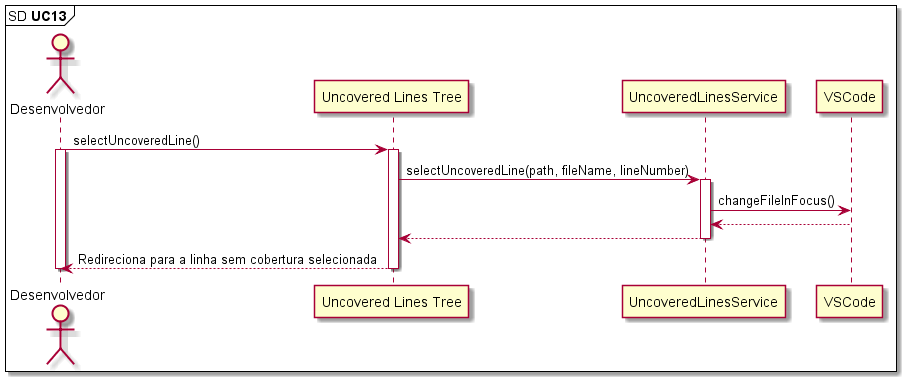
Before: Artefatos/Diagrama de Sequência/Imagens/SD-UC13.png, a diagram exported from PlantUML (ICEI-PUC-Minas-PPLES-TI/plf-es-2022-1-tcci-5308100-dev-arthur-rocha-guilherme-oliveira). Its diagram source:
```plantuml
@startuml

mainframe SD **UC13**


actor       Desenvolvedor          as Dev
participant "Uncovered Lines Tree" as UncoveredLinesTree

Dev -> UncoveredLinesTree: selectUncoveredLine()
activate Dev
activate UncoveredLinesTree

UncoveredLinesTree -> UncoveredLinesService: selectUncoveredLine(path, fileName, lineNumber)
activate UncoveredLinesService

UncoveredLinesService -> VSCode: changeFileInFocus()
UncoveredLinesService <-- VSCode

UncoveredLinesTree <-- UncoveredLinesService
deactivate UncoveredLinesService

Dev <-- UncoveredLinesTree: Redireciona para a linha sem cobertura selecionada
deactivate Dev
deactivate UncoveredLinesTree

@enduml
```
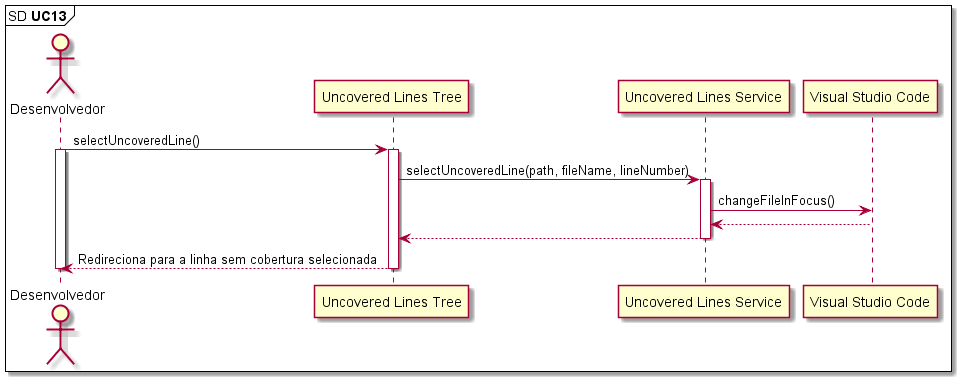
The same diagram one commit later.

Commit message:
📚 docs: Update UC13 sequence diagram

What changed in the source:
```diff
@@ -3,8 +3,10 @@
 mainframe SD **UC13**
 
 
-actor       Desenvolvedor          as Dev
-participant "Uncovered Lines Tree" as UncoveredLinesTree
+actor       Desenvolvedor             as Dev
+participant "Uncovered Lines Tree"    as UncoveredLinesTree
+participant "Uncovered Lines Service" as UncoveredLinesService
+participant "Visual Studio Code"      as VSCode
 
 Dev -> UncoveredLinesTree: selectUncoveredLine()
 activate Dev
```
